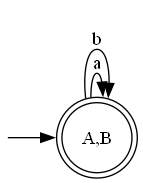
Above: salidas/resultado_Autómata_2.png in lucas0720/FUNDAMENTOS-TAREA1 (Graphviz), before the change. Its source is kept beside it as salidas/resultado_Autómata_2.dot.
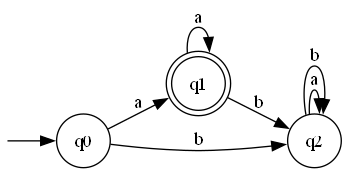
Later version of the same file.

What changed in the source:
```diff
@@ -1,10 +1,14 @@
 digraph G {
   rankdir=LR;
   node [shape = circle];
-  node [shape = doublecircle]; "A,B";
+  node [shape = doublecircle]; "q1";
   node [shape = circle];
   secret_node [style=invisible, width=0, height=0, label=""];
-  secret_node -> "A,B";
-  "A,B" -> "A,B" [label="a"];
-  "A,B" -> "A,B" [label="b"];
+  secret_node -> "q0";
+  "q0" -> "q1" [label="a"];
+  "q0" -> "q2" [label="b"];
+  "q1" -> "q1" [label="a"];
+  "q1" -> "q2" [label="b"];
+  "q2" -> "q2" [label="a"];
+  "q2" -> "q2" [label="b"];
 }
```
